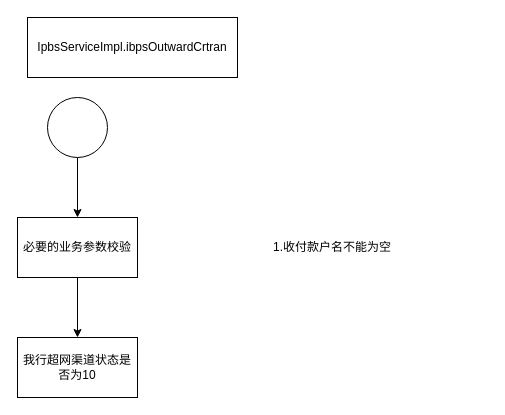
Above: drawio/超网贷记往账业务流程.drawio in chujun/drawio (draw.io), before the change. Source tidied: cells renumbered, new cells numbered last; positions are measured from the earlier drawing's top-left corner, leaving out a move shared by most shapes. Both pictures are drawn from the tidied source at 100%, with x=0, y=0 at pixel (17, 17).
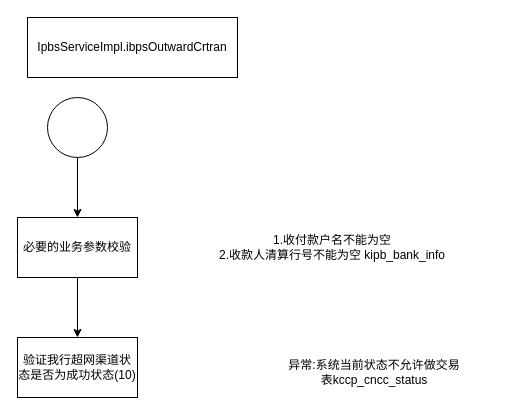
The same page after the edit.

Commit message (it also covers changes not shown here):
更新超网贷记往账业务流程.drawio

The edit, as a diff of the source:
```diff
@@
 <mxGraphModel>
   <root>
     <mxCell id="0" />
     <mxCell id="1" parent="0" />
     <mxCell id="2" value="IpbsServiceImpl.ibpsOutwardCrtran" style="rounded=0;whiteSpace=wrap;html=1;" parent="1" vertex="1">
       <mxGeometry x="10" width="210" height="60" as="geometry" />
     </mxCell>
     <mxCell id="3" style="edgeStyle=orthogonalEdgeStyle;rounded=0;jettySize=auto;html=1;" parent="1" edge="1" source="4" target="6">
       <mxGeometry relative="1" as="geometry" />
     </mxCell>
     <mxCell id="4" style="ellipse;whiteSpace=wrap;html=1;" parent="1" vertex="1">
       <mxGeometry x="30" y="80" width="60" height="60" as="geometry" />
     </mxCell>
     <mxCell id="5" style="edgeStyle=orthogonalEdgeStyle;rounded=0;jettySize=auto;html=1;" parent="1" edge="1" source="6" target="8">
       <mxGeometry relative="1" as="geometry" />
     </mxCell>
     <mxCell id="6" value="必要的业务参数校验" style="rounded=0;whiteSpace=wrap;html=1;" parent="1" vertex="1">
       <mxGeometry y="200" width="120" height="60" as="geometry" />
     </mxCell>
-    <mxCell id="7" value="1.收付款户名不能为空" style="text;html=1;strokeColor=none;fillColor=none;align=center;verticalAlign=middle;whiteSpace=wrap;rounded=0;" parent="1" vertex="1">
+    <mxCell id="7" value="1.收付款户名不能为空&lt;br&gt;2.收款人清算行号不能为空 kipb_bank_info" style="text;html=1;strokeColor=none;fillColor=none;align=center;verticalAlign=middle;whiteSpace=wrap;rounded=0;" parent="1" vertex="1">
       <mxGeometry x="190" y="215" width="250" height="30" as="geometry" />
     </mxCell>
-    <mxCell id="8" value="我行超网渠道状态是否为10" style="rounded=0;whiteSpace=wrap;html=1;" parent="1" vertex="1">
+    <mxCell id="8" value="验证我行超网渠道状态是否为成功状态(10)" style="rounded=0;whiteSpace=wrap;html=1;" parent="1" vertex="1">
       <mxGeometry y="320" width="120" height="60" as="geometry" />
     </mxCell>
+    <mxCell id="9" value="异常:系统当前状态不允许做交易&lt;br&gt;表kccp_cncc_status" style="text;html=1;strokeColor=none;fillColor=none;align=center;verticalAlign=middle;whiteSpace=wrap;rounded=0;" parent="1" vertex="1">
+      <mxGeometry x="244" y="340" width="226" height="30" as="geometry" />
+    </mxCell>
   </root>
 </mxGraphModel>
```
